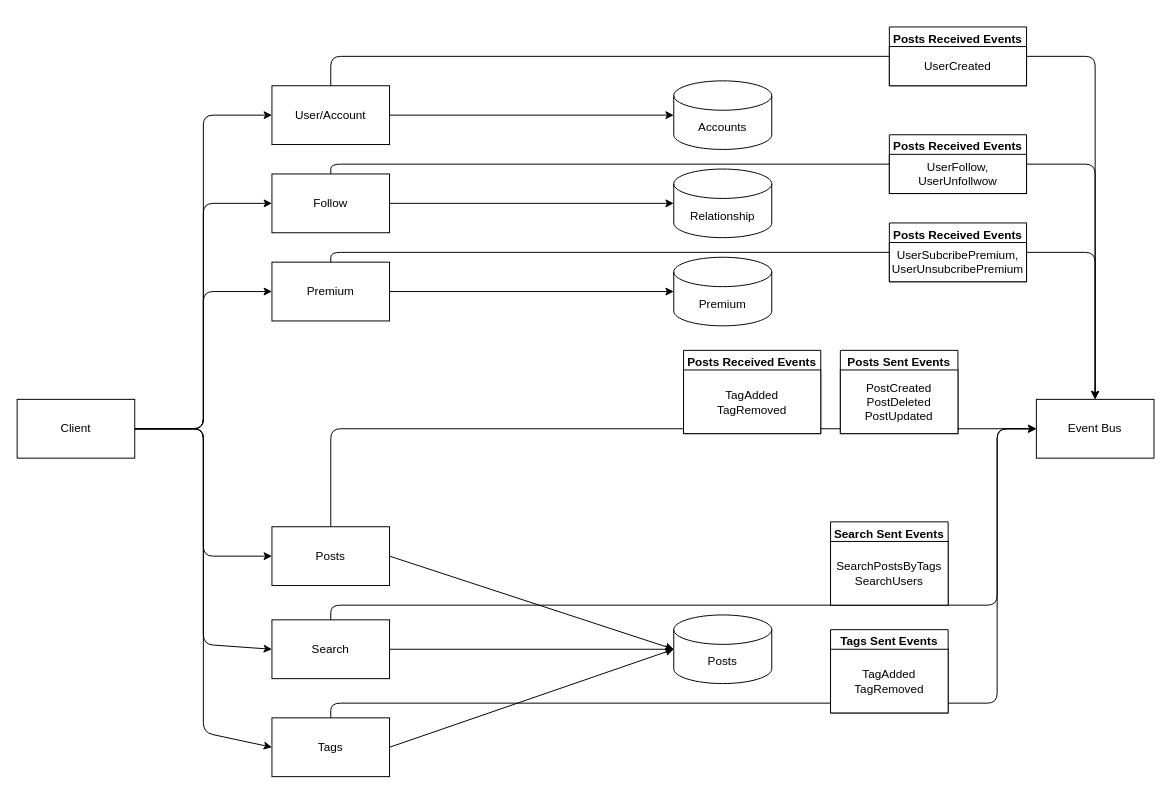
Above: services.drawio in thevuong8000/497S (draw.io), before the change. Source tidied: cells renumbered, new cells numbered last; positions are measured from the earlier drawing's top-left corner, leaving out a move shared by most shapes. Both pictures are drawn from the tidied source at 98%, with x=0, y=0 at pixel (17, 26).
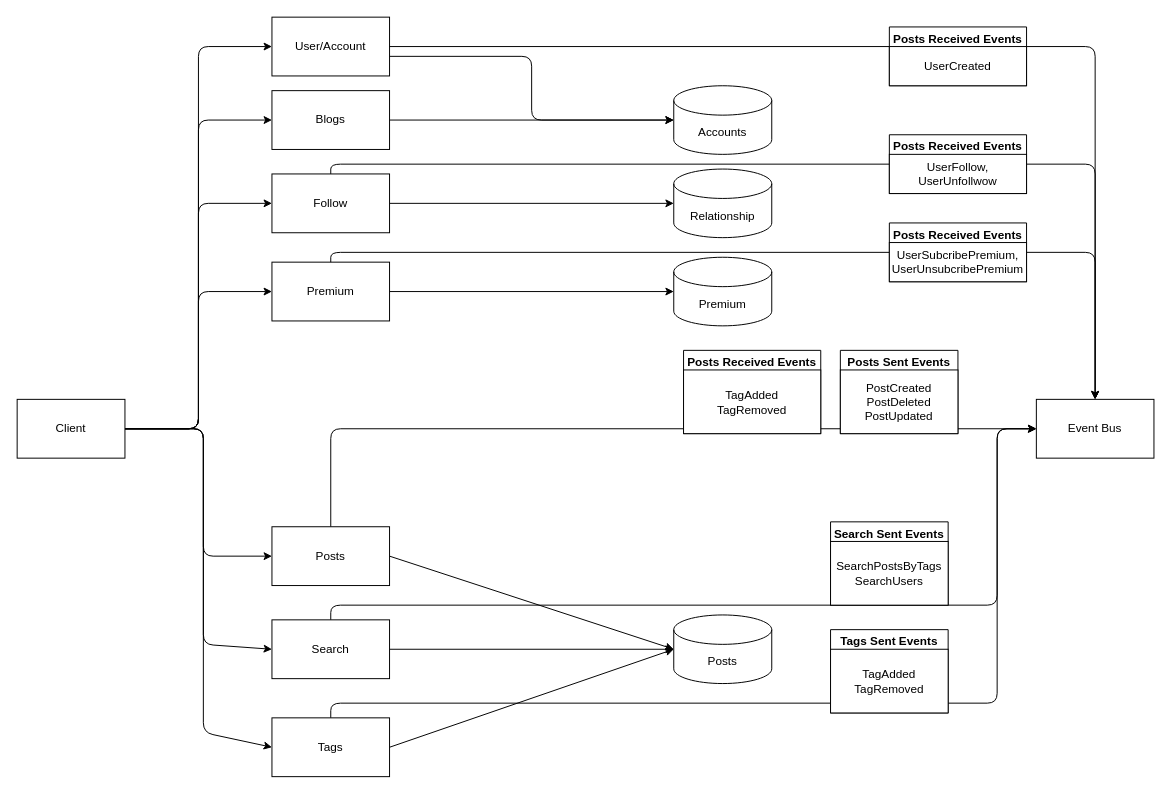
Above is the later version.

Commit message (it also covers changes not shown here):
Added user's blogs to user's account

Unchanged cells that the change refers to:
```xml
<mxCell id="15" value="Event Bus" style="rounded=0;whiteSpace=wrap;html=1;" parent="1" vertex="1">
  <mxGeometry x="1040" y="380" width="120" height="60" as="geometry" />
</mxCell>
```

What changed in the source:
```diff
@@
+    <mxCell id="46" style="edgeStyle=orthogonalEdgeStyle;html=1;entryX=0;entryY=0.5;entryDx=0;entryDy=0;" parent="1" edge="1" source="7" target="48">
+      <mxGeometry relative="1" as="geometry" />
+    </mxCell>
     <mxCell id="7" value="Client" style="rounded=0;whiteSpace=wrap;html=1;" parent="1" vertex="1">
-      <mxGeometry y="380" width="120" height="60" as="geometry" />
+      <mxGeometry y="380" width="110" height="60" as="geometry" />
     </mxCell>
-    <mxCell id="8" style="edgeStyle=none;html=1;entryX=0;entryY=0.5;entryDx=0;entryDy=0;entryPerimeter=0;" parent="1" edge="1" source="9" target="16">
-      <mxGeometry relative="1" as="geometry" />
+    <mxCell id="8" style="edgeStyle=orthogonalEdgeStyle;html=1;entryX=0;entryY=0.5;entryDx=0;entryDy=0;entryPerimeter=0;" parent="1" edge="1" source="9" target="16">
+      <mxGeometry relative="1" as="geometry">
+        <Array as="points">
+          <mxPoint x="525" y="30" />
+          <mxPoint x="525" y="95" />
+        </Array>
+      </mxGeometry>
     </mxCell>
     <mxCell id="9" value="User/Account" style="rounded=0;whiteSpace=wrap;html=1;" parent="1" vertex="1">
-      <mxGeometry x="260" y="60" width="120" height="60" as="geometry" />
+      <mxGeometry x="260" y="-10" width="120" height="60" as="geometry" />
     </mxCell>
@@
     <mxCell id="16" value="Accounts" style="shape=cylinder3;whiteSpace=wrap;html=1;boundedLbl=1;backgroundOutline=1;size=15;" parent="1" vertex="1">
-      <mxGeometry x="670" y="55" width="100" height="70" as="geometry" />
+      <mxGeometry x="670" y="60" width="100" height="70" as="geometry" />
     </mxCell>
@@
-    <mxCell id="38" style="edgeStyle=none;html=1;exitX=0.5;exitY=0;exitDx=0;exitDy=0;entryX=0.5;entryY=0;entryDx=0;entryDy=0;" parent="1" edge="1" source="9" target="15">
-      <mxGeometry relative="1" as="geometry">
-        <Array as="points">
-          <mxPoint x="320" y="30" />
-          <mxPoint x="1100" y="30" />
-        </Array>
-      </mxGeometry>
+    <mxCell id="38" style="html=1;entryX=0.5;entryY=0;entryDx=0;entryDy=0;exitX=1;exitY=0.5;exitDx=0;exitDy=0;edgeStyle=orthogonalEdgeStyle;" parent="1" edge="1" source="9" target="15">
+      <mxGeometry relative="1" as="geometry" />
     </mxCell>
@@
+    <mxCell id="47" style="edgeStyle=none;html=1;entryX=0;entryY=0.5;entryDx=0;entryDy=0;entryPerimeter=0;" parent="1" edge="1" source="48" target="16">
+      <mxGeometry relative="1" as="geometry" />
+    </mxCell>
+    <mxCell id="48" value="Blogs" style="rounded=0;whiteSpace=wrap;html=1;" parent="1" vertex="1">
+      <mxGeometry x="260" y="65" width="120" height="60" as="geometry" />
+    </mxCell>
```
